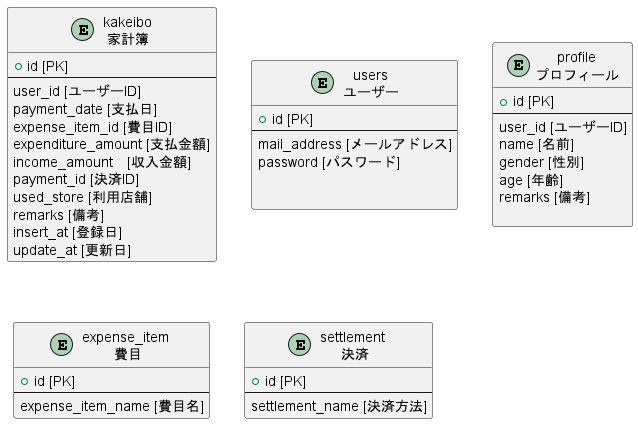
shinnamie/sns-kakeibo keeps this PlantUML diagram as out/UML/ER図/tables/tables.png. Above is the earlier version. Source of this version:
```plantuml
@startuml tables
entity kakeibo as "kakeibo\n家計簿" {
  + id [PK]
  --
  user_id [ユーザーID]
  payment_date [支払日]
  expense_item_id [費目ID]
  expenditure_amount [支払金額]
  income_amount　[収入金額]
  payment_id [決済ID]
  used_store [利用店舗]
  remarks [備考]
  insert_at [登録日]
  update_at [更新日]
}

entity users as "users\nユーザー" {
  + id [PK]
  --
  mail_address [メールアドレス]
  password [パスワード]


}

entity profile as "profile\nプロフィール" {
  + id [PK]
  --
  user_id [ユーザーID]
  name [名前]
  gender [性別]
  age [年齢]
  remarks [備考]

}

entity expense_item  as "expense_item \n費目" {
  + id [PK]
  --
  expense_item_name [費目名]
}

entity settlement  as "settlement \n決済" {
  + id [PK]
  --
  settlement_name [決済方法]
}


@enduml
```
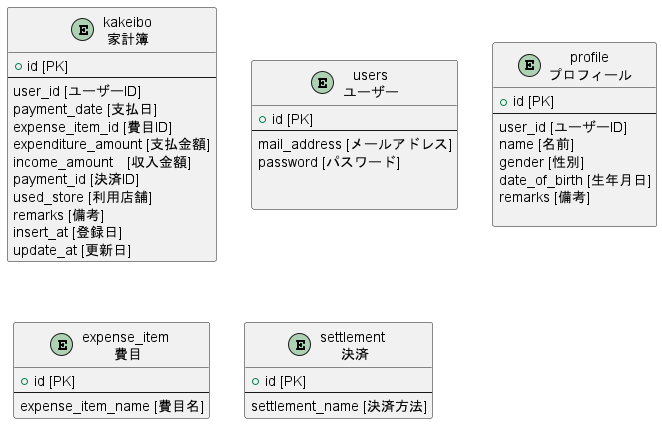
Above is the later version.

Diff of the diagram source:
```diff
@@ -29,7 +29,7 @@
   user_id [ユーザーID]
   name [名前]
   gender [性別]
-  age [年齢]
+  date_of_birth [生年月日]
   remarks [備考]
 
 }
```
